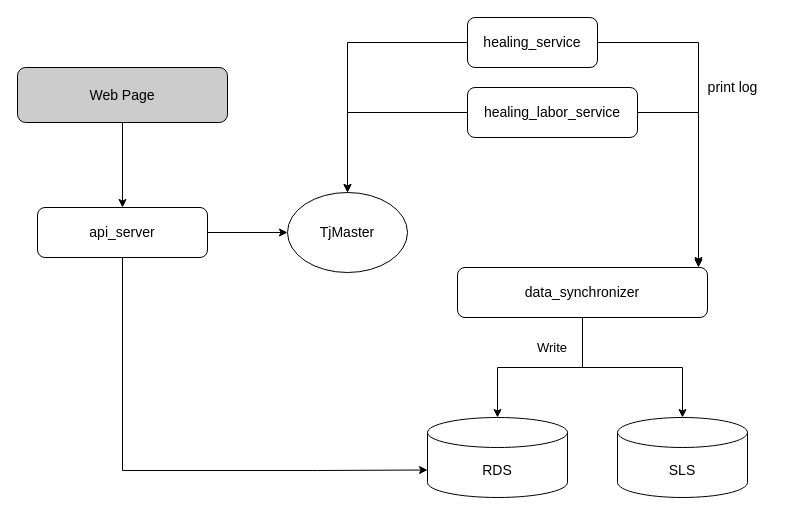
This is 未命名绘图.drawio from HellenWang/12, a draw.io file, before an edit. Source tidied: cells renumbered, new cells numbered last; positions are measured from the earlier drawing's top-left corner, leaving out a move shared by most shapes. Both pictures are drawn from the tidied source at 100%, with x=0, y=0 at pixel (17, 17).
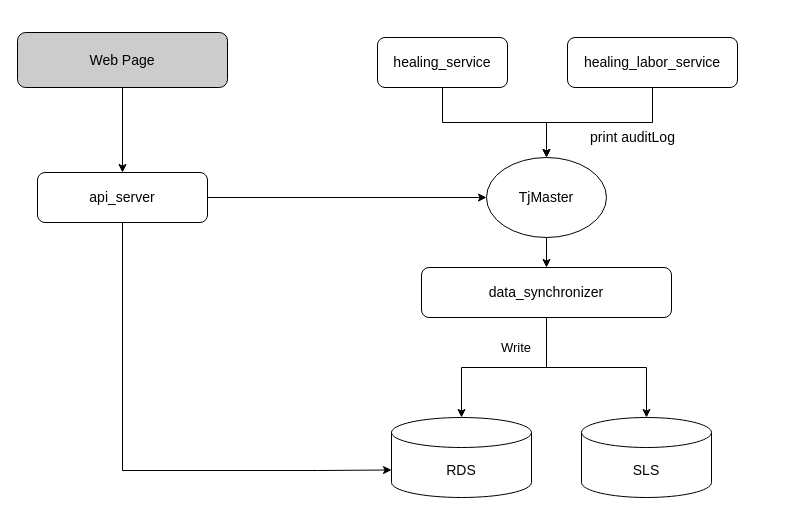
Above is the later version.

Commit message:
更新未命名绘图.drawio

The edit, as a diff of the source:
```diff
@@
-    <mxCell id="2" style="edgeStyle=orthogonalEdgeStyle;rounded=0;jettySize=auto;html=1;fontSize=14;exitX=1;exitY=0.5;exitDx=0;exitDy=0;entryX=0.964;entryY=-0.04;entryDx=0;entryDy=0;entryPerimeter=0;" parent="1" edge="1" source="4" target="18">
-      <mxGeometry relative="1" as="geometry">
-        <Array as="points">
-          <mxPoint x="681" y="25" />
-        </Array>
-      </mxGeometry>
-    </mxCell>
-    <mxCell id="3" style="edgeStyle=orthogonalEdgeStyle;rounded=0;jettySize=auto;html=1;entryX=0.5;entryY=0;entryDx=0;entryDy=0;fontSize=14;" parent="1" edge="1" source="4" target="15">
+    <mxCell id="3" style="edgeStyle=orthogonalEdgeStyle;rounded=0;jettySize=auto;html=1;entryX=0.5;entryY=0;entryDx=0;entryDy=0;fontSize=16;" parent="1" edge="1" source="4" target="15">
       <mxGeometry relative="1" as="geometry" />
     </mxCell>
     <mxCell id="4" value="healing_service" style="rounded=1;whiteSpace=wrap;html=1;fontSize=14;" parent="1" vertex="1">
-      <mxGeometry x="450" width="130" height="50" as="geometry" />
+      <mxGeometry x="360" y="20" width="130" height="50" as="geometry" />
     </mxCell>
-    <mxCell id="5" style="edgeStyle=orthogonalEdgeStyle;rounded=0;orthogonalLoop=1;jettySize=auto;html=1;fontSize=14;" parent="1" edge="1">
-      <mxGeometry relative="1" as="geometry">
-        <mxPoint x="620" y="95" as="sourcePoint" />
-        <mxPoint x="681" y="250" as="targetPoint" />
-        <Array as="points">
-          <mxPoint x="681" y="95" />
-        </Array>
-      </mxGeometry>
-    </mxCell>
-    <mxCell id="6" style="edgeStyle=orthogonalEdgeStyle;rounded=0;jettySize=auto;html=1;fontSize=14;entryX=0.5;entryY=0;entryDx=0;entryDy=0;" parent="1" edge="1" source="7" target="15">
+    <mxCell id="6" style="edgeStyle=orthogonalEdgeStyle;rounded=0;jettySize=auto;html=1;fontSize=16;" parent="1" edge="1" source="7" target="15">
       <mxGeometry relative="1" as="geometry" />
     </mxCell>
     <mxCell id="7" value="healing_labor_service" style="rounded=1;whiteSpace=wrap;html=1;fontSize=14;" parent="1" vertex="1">
-      <mxGeometry x="450" y="70" width="170" height="50" as="geometry" />
+      <mxGeometry x="550" y="20" width="170" height="50" as="geometry" />
     </mxCell>
     <mxCell id="8" value="SLS" style="shape=cylinder3;whiteSpace=wrap;html=1;boundedLbl=1;backgroundOutline=1;size=15;fontSize=14;" parent="1" vertex="1">
-      <mxGeometry x="600" y="400" width="130" height="80" as="geometry" />
+      <mxGeometry x="564" y="400" width="130" height="80" as="geometry" />
     </mxCell>
-    <mxCell id="9" value="print log" style="text;html=1;align=center;verticalAlign=middle;fontSize=14;" parent="1" vertex="1">
-      <mxGeometry x="680" y="60" width="70" height="20" as="geometry" />
+    <mxCell id="9" value="print auditLog" style="text;html=1;align=center;verticalAlign=middle;fontSize=14;" parent="1" vertex="1">
+      <mxGeometry x="565" y="110" width="100" height="20" as="geometry" />
     </mxCell>
@@
     <mxCell id="12" value="api_server" style="rounded=1;whiteSpace=wrap;html=1;fontSize=14;" parent="1" vertex="1">
-      <mxGeometry x="20" y="190" width="170" height="50" as="geometry" />
+      <mxGeometry x="20" y="155" width="170" height="50" as="geometry" />
     </mxCell>
@@
     <mxCell id="14" value="Web Page" style="rounded=1;whiteSpace=wrap;html=1;fontSize=14;fillColor=#CCCCCC;" parent="1" vertex="1">
-      <mxGeometry y="50" width="210" height="55" as="geometry" />
+      <mxGeometry y="15" width="210" height="55" as="geometry" />
     </mxCell>
+    <mxCell id="21" style="edgeStyle=orthogonalEdgeStyle;rounded=0;jettySize=auto;html=1;entryX=0.5;entryY=0;entryDx=0;entryDy=0;fontSize=16;" parent="1" edge="1" source="15" target="18">
+      <mxGeometry relative="1" as="geometry" />
+    </mxCell>
     <mxCell id="15" value="TjMaster" style="ellipse;whiteSpace=wrap;html=1;fontSize=14;fillColor=#FFFFFF;" parent="1" vertex="1">
-      <mxGeometry x="270" y="175" width="120" height="80" as="geometry" />
+      <mxGeometry x="469" y="140" width="120" height="80" as="geometry" />
     </mxCell>
@@
     <mxCell id="18" value="data_synchronizer" style="rounded=1;whiteSpace=wrap;html=1;fontSize=14;" parent="1" vertex="1">
-      <mxGeometry x="440" y="250" width="250" height="50" as="geometry" />
+      <mxGeometry x="404" y="250" width="250" height="50" as="geometry" />
     </mxCell>
     <mxCell id="19" value="RDS" style="shape=cylinder3;whiteSpace=wrap;html=1;boundedLbl=1;backgroundOutline=1;size=15;fontSize=14;" parent="1" vertex="1">
-      <mxGeometry x="410" y="400" width="140" height="80" as="geometry" />
+      <mxGeometry x="374" y="400" width="140" height="80" as="geometry" />
     </mxCell>
     <mxCell id="20" value="Write" style="text;html=1;strokeColor=none;fillColor=none;align=center;verticalAlign=middle;whiteSpace=wrap;rounded=0;fontSize=13;" parent="1" vertex="1">
-      <mxGeometry x="515" y="320" width="40" height="20" as="geometry" />
+      <mxGeometry x="479" y="320" width="40" height="20" as="geometry" />
     </mxCell>
```
